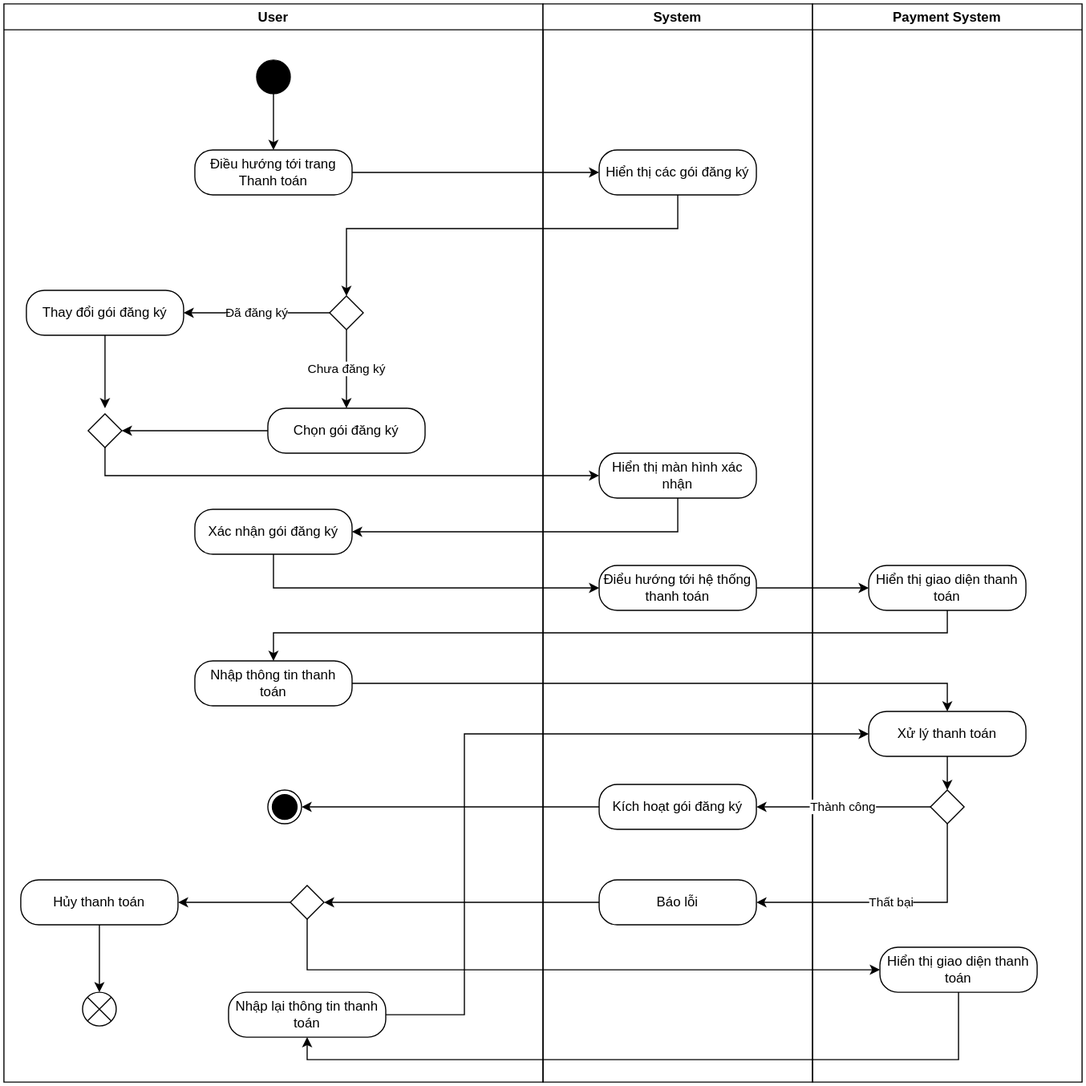
This is Dg_Activity/Activity Diagram-Subscription.drawio.svg from DavidNguyen2212/DACN-TN_Chatbot_for_Enterprise, a draw.io export, as it was before one commit. Source tidied: cells renumbered, new cells last; positions are measured from the earlier drawing's top-left corner, leaving out a move shared by most shapes.
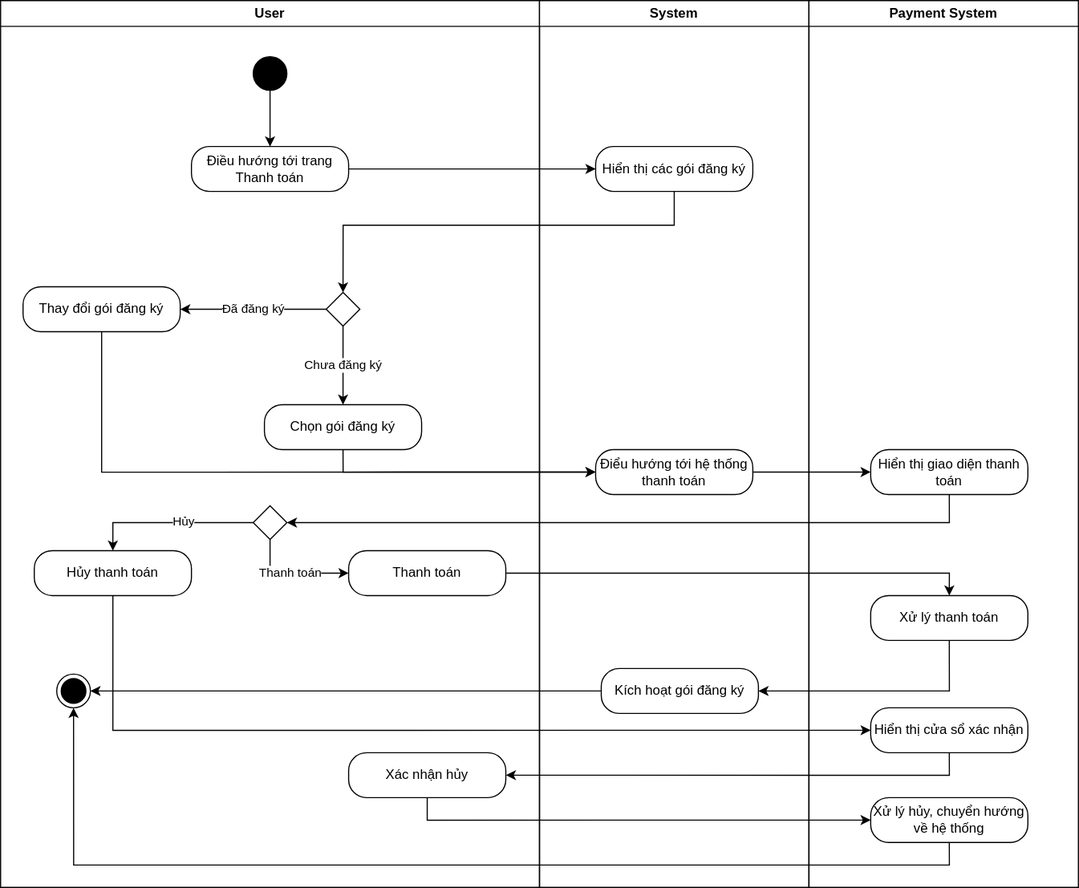
After the change.

Diff of the diagram source:
```diff
@@ -3,7 +3,7 @@
     <mxCell id="0" />
     <mxCell id="1" parent="0" />
     <mxCell id="2" value="User" style="swimlane;whiteSpace=wrap;html=1;" parent="1" vertex="1">
-      <mxGeometry width="480" height="960" as="geometry" />
+      <mxGeometry width="480" height="790" as="geometry" />
     </mxCell>
     <mxCell id="3" style="edgeStyle=orthogonalEdgeStyle;rounded=0;jettySize=auto;html=1;entryX=0.5;entryY=0;entryDx=0;entryDy=0;" parent="2" edge="1" source="4" target="5">
       <mxGeometry relative="1" as="geometry" />
@@ -23,65 +23,48 @@
     <mxCell id="8" style="rhombus;" parent="2" vertex="1">
       <mxGeometry x="290" y="260" width="30" height="30" as="geometry" />
     </mxCell>
-    <mxCell id="9" style="edgeStyle=orthogonalEdgeStyle;rounded=0;jettySize=auto;html=1;entryX=1;entryY=0.5;entryDx=0;entryDy=0;" parent="2" edge="1" source="10" target="20">
-      <mxGeometry relative="1" as="geometry" />
-    </mxCell>
     <mxCell id="10" value="Chọn gói đăng ký" style="rounded=1;whiteSpace=wrap;html=1;arcSize=40;" parent="2" vertex="1">
       <mxGeometry x="235" y="360" width="140" height="40" as="geometry" />
     </mxCell>
-    <mxCell id="11" style="edgeStyle=orthogonalEdgeStyle;rounded=0;jettySize=auto;html=1;" parent="2" edge="1" source="12">
-      <mxGeometry relative="1" as="geometry">
-        <mxPoint x="90" y="360" as="targetPoint" />
-      </mxGeometry>
-    </mxCell>
     <mxCell id="12" value="Thay đổi gói đăng ký" style="rounded=1;whiteSpace=wrap;html=1;arcSize=40;" parent="2" vertex="1">
       <mxGeometry x="20" y="255" width="140" height="40" as="geometry" />
     </mxCell>
-    <mxCell id="13" value="Xác nhận gói đăng ký" style="rounded=1;whiteSpace=wrap;html=1;arcSize=40;" parent="2" vertex="1">
-      <mxGeometry x="170" y="450" width="140" height="40" as="geometry" />
-    </mxCell>
-    <mxCell id="14" value="Nhập thông tin thanh toán" style="rounded=1;whiteSpace=wrap;html=1;arcSize=40;" parent="2" vertex="1">
-      <mxGeometry x="170" y="585" width="140" height="40" as="geometry" />
-    </mxCell>
-    <mxCell id="15" style="edgeStyle=orthogonalEdgeStyle;rounded=0;jettySize=auto;html=1;entryX=1;entryY=0.5;entryDx=0;entryDy=0;" parent="2" edge="1" source="16" target="18">
-      <mxGeometry relative="1" as="geometry" />
-    </mxCell>
-    <mxCell id="16" style="rhombus;" parent="2" vertex="1">
-      <mxGeometry x="255" y="785" width="30" height="30" as="geometry" />
-    </mxCell>
-    <mxCell id="17" style="edgeStyle=orthogonalEdgeStyle;rounded=0;jettySize=auto;html=1;" parent="2" edge="1" source="18" target="19">
-      <mxGeometry relative="1" as="geometry" />
-    </mxCell>
+    <mxCell id="50" style="ellipse;html=1;shape=endState;fillColor=strokeColor;" parent="2" vertex="1">
+      <mxGeometry x="50" y="600" width="30" height="30" as="geometry" />
+    </mxCell>
+    <mxCell id="51" style="edgeStyle=orthogonalEdgeStyle;rounded=0;jettySize=auto;html=1;exitX=0.5;exitY=1;exitDx=0;exitDy=0;entryX=0;entryY=0.5;entryDx=0;entryDy=0;" parent="2" edge="1" source="55" target="56">
+      <mxGeometry relative="1" as="geometry" />
+    </mxCell>
+    <mxCell id="52" value="Thanh toán" style="edgeLabel;html=1;align=center;verticalAlign=middle;" parent="51" vertex="1">
+      <mxGeometry x="-0.05" y="1" relative="1" as="geometry" />
+    </mxCell>
+    <mxCell id="53" style="edgeStyle=orthogonalEdgeStyle;rounded=0;jettySize=auto;html=1;exitX=0;exitY=0.5;exitDx=0;exitDy=0;entryX=0.5;entryY=0;entryDx=0;entryDy=0;" parent="2" edge="1" source="55" target="18">
+      <mxGeometry relative="1" as="geometry" />
+    </mxCell>
+    <mxCell id="54" value="Hủy" style="edgeLabel;html=1;align=center;verticalAlign=middle;" parent="53" vertex="1">
+      <mxGeometry x="-0.16" y="-2" relative="1" as="geometry" />
+    </mxCell>
+    <mxCell id="55" style="rhombus;" parent="2" vertex="1">
+      <mxGeometry x="225" y="450" width="30" height="30" as="geometry" />
+    </mxCell>
+    <mxCell id="56" value="Thanh toán" style="rounded=1;whiteSpace=wrap;html=1;arcSize=40;" parent="2" vertex="1">
+      <mxGeometry x="310" y="490" width="140" height="40" as="geometry" />
+    </mxCell>
     <mxCell id="18" value="Hủy thanh toán" style="rounded=1;whiteSpace=wrap;html=1;arcSize=40;" parent="2" vertex="1">
-      <mxGeometry x="15" y="780" width="140" height="40" as="geometry" />
+      <mxGeometry x="30" y="490" width="140" height="40" as="geometry" />
     </mxCell>
-    <mxCell id="19" style="shape=sumEllipse;perimeter=ellipsePerimeter;html=1;backgroundOutline=1;" parent="2" vertex="1">
-      <mxGeometry x="70" y="880" width="30" height="30" as="geometry" />
-    </mxCell>
-    <mxCell id="20" style="rhombus;" parent="2" vertex="1">
-      <mxGeometry x="75" y="365" width="30" height="30" as="geometry" />
-    </mxCell>
-    <mxCell id="21" style="ellipse;html=1;shape=endState;fillColor=strokeColor;" parent="2" vertex="1">
-      <mxGeometry x="235" y="700" width="30" height="30" as="geometry" />
-    </mxCell>
+    <mxCell id="57" value="Xác nhận hủy" style="rounded=1;whiteSpace=wrap;html=1;arcSize=40;" parent="2" vertex="1">
+      <mxGeometry x="310" y="670" width="140" height="40" as="geometry" />
+    </mxCell>
     <mxCell id="22" value="System" style="swimlane;whiteSpace=wrap;html=1;" parent="1" vertex="1">
-      <mxGeometry x="480" width="240" height="960" as="geometry" />
+      <mxGeometry x="480" width="240" height="790" as="geometry" />
     </mxCell>
     <mxCell id="23" value="Hiển thị các gói đăng ký" style="rounded=1;whiteSpace=wrap;html=1;arcSize=40;" parent="22" vertex="1">
       <mxGeometry x="50" y="130" width="140" height="40" as="geometry" />
     </mxCell>
-    <mxCell id="24" value="Hiển thị màn hình xác nhận" style="rounded=1;whiteSpace=wrap;html=1;arcSize=40;" parent="22" vertex="1">
-      <mxGeometry x="50" y="400" width="140" height="40" as="geometry" />
-    </mxCell>
     <mxCell id="25" value="Điểu hướng tới hệ thống thanh toán" style="rounded=1;whiteSpace=wrap;html=1;arcSize=40;" parent="22" vertex="1">
-      <mxGeometry x="50" y="500" width="140" height="40" as="geometry" />
+      <mxGeometry x="50" y="400" width="140" height="40" as="geometry" />
     </mxCell>
-    <mxCell id="26" value="Kích hoạt gói đăng ký" style="rounded=1;whiteSpace=wrap;html=1;arcSize=40;" parent="22" vertex="1">
-      <mxGeometry x="50" y="695" width="140" height="40" as="geometry" />
-    </mxCell>
-    <mxCell id="27" value="Báo lỗi" style="rounded=1;whiteSpace=wrap;html=1;arcSize=40;" parent="22" vertex="1">
-      <mxGeometry x="50" y="780" width="140" height="40" as="geometry" />
-    </mxCell>
     <mxCell id="28" style="edgeStyle=orthogonalEdgeStyle;rounded=0;jettySize=auto;html=1;entryX=0;entryY=0.5;entryDx=0;entryDy=0;" parent="1" edge="1" source="5" target="23">
       <mxGeometry relative="1" as="geometry" />
     </mxCell>
@@ -94,99 +77,65 @@
       </mxGeometry>
     </mxCell>
     <mxCell id="30" value="Payment System" style="swimlane;whiteSpace=wrap;html=1;" parent="1" vertex="1">
-      <mxGeometry x="720" width="240" height="960" as="geometry" />
+      <mxGeometry x="720" width="240" height="790" as="geometry" />
     </mxCell>
-    <mxCell id="31" value="Hiển thị giao diện thanh toán" style="rounded=1;whiteSpace=wrap;html=1;arcSize=40;" parent="30" vertex="1">
-      <mxGeometry x="50" y="500" width="140" height="40" as="geometry" />
-    </mxCell>
-    <mxCell id="32" style="edgeStyle=orthogonalEdgeStyle;rounded=0;jettySize=auto;html=1;entryX=0.5;entryY=0;entryDx=0;entryDy=0;" parent="30" edge="1" source="33" target="34">
-      <mxGeometry relative="1" as="geometry" />
-    </mxCell>
+    <mxCell id="26" value="Kích hoạt gói đăng ký" style="rounded=1;whiteSpace=wrap;html=1;arcSize=40;" parent="30" vertex="1">
+      <mxGeometry x="-185" y="595" width="140" height="40" as="geometry" />
+    </mxCell>
+    <mxCell id="58" value="Hiển thị giao diện thanh toán" style="rounded=1;whiteSpace=wrap;html=1;arcSize=40;" parent="30" vertex="1">
+      <mxGeometry x="55" y="400" width="140" height="40" as="geometry" />
+    </mxCell>
     <mxCell id="33" value="Xử lý thanh toán" style="rounded=1;whiteSpace=wrap;html=1;arcSize=40;" parent="30" vertex="1">
-      <mxGeometry x="50" y="630" width="140" height="40" as="geometry" />
+      <mxGeometry x="55" y="530" width="140" height="40" as="geometry" />
     </mxCell>
-    <mxCell id="34" style="rhombus;" parent="30" vertex="1">
-      <mxGeometry x="105" y="700" width="30" height="30" as="geometry" />
-    </mxCell>
-    <mxCell id="35" value="Nhập lại thông tin thanh toán" style="rounded=1;whiteSpace=wrap;html=1;arcSize=40;" parent="30" vertex="1">
-      <mxGeometry x="-520" y="880" width="140" height="40" as="geometry" />
-    </mxCell>
-    <mxCell id="36" style="edgeStyle=orthogonalEdgeStyle;rounded=0;jettySize=auto;html=1;entryX=0.5;entryY=1;entryDx=0;entryDy=0;" parent="30" edge="1" source="38" target="35">
-      <mxGeometry relative="1" as="geometry">
-        <Array as="points">
-          <mxPoint x="130" y="940" />
-          <mxPoint x="-450" y="940" />
-        </Array>
-      </mxGeometry>
-    </mxCell>
-    <mxCell id="37" style="edgeStyle=orthogonalEdgeStyle;rounded=0;jettySize=auto;html=1;entryX=0;entryY=0.5;entryDx=0;entryDy=0;" parent="30" edge="1" source="35" target="33">
-      <mxGeometry relative="1" as="geometry">
-        <Array as="points">
-          <mxPoint x="-310" y="900" />
-          <mxPoint x="-310" y="650" />
-        </Array>
-      </mxGeometry>
-    </mxCell>
-    <mxCell id="38" value="Hiển thị giao diện thanh toán" style="rounded=1;whiteSpace=wrap;html=1;arcSize=40;" parent="30" vertex="1">
-      <mxGeometry x="60" y="840" width="140" height="40" as="geometry" />
-    </mxCell>
-    <mxCell id="39" style="edgeStyle=orthogonalEdgeStyle;rounded=0;jettySize=auto;html=1;entryX=0;entryY=0.5;entryDx=0;entryDy=0;" parent="1" edge="1" source="20" target="24">
-      <mxGeometry relative="1" as="geometry">
-        <Array as="points">
-          <mxPoint x="90" y="420" />
-        </Array>
-      </mxGeometry>
-    </mxCell>
-    <mxCell id="40" style="edgeStyle=orthogonalEdgeStyle;rounded=0;jettySize=auto;html=1;entryX=1;entryY=0.5;entryDx=0;entryDy=0;" parent="1" edge="1" source="24" target="13">
-      <mxGeometry relative="1" as="geometry">
-        <Array as="points">
-          <mxPoint x="600" y="470" />
-        </Array>
-      </mxGeometry>
-    </mxCell>
-    <mxCell id="41" style="edgeStyle=orthogonalEdgeStyle;rounded=0;jettySize=auto;html=1;entryX=0;entryY=0.5;entryDx=0;entryDy=0;" parent="1" edge="1" source="13" target="25">
-      <mxGeometry relative="1" as="geometry">
-        <Array as="points">
-          <mxPoint x="240" y="520" />
-        </Array>
-      </mxGeometry>
-    </mxCell>
-    <mxCell id="42" style="edgeStyle=orthogonalEdgeStyle;rounded=0;jettySize=auto;html=1;entryX=0;entryY=0.5;entryDx=0;entryDy=0;" parent="1" edge="1" source="25" target="31">
-      <mxGeometry relative="1" as="geometry" />
-    </mxCell>
-    <mxCell id="43" style="edgeStyle=orthogonalEdgeStyle;rounded=0;jettySize=auto;html=1;entryX=0.5;entryY=0;entryDx=0;entryDy=0;" parent="1" edge="1" source="31" target="14">
-      <mxGeometry relative="1" as="geometry">
-        <Array as="points">
-          <mxPoint x="840" y="560" />
-          <mxPoint x="240" y="560" />
-        </Array>
-      </mxGeometry>
-    </mxCell>
-    <mxCell id="44" style="edgeStyle=orthogonalEdgeStyle;rounded=0;jettySize=auto;html=1;entryX=0.5;entryY=0;entryDx=0;entryDy=0;" parent="1" edge="1" source="14" target="33">
-      <mxGeometry relative="1" as="geometry" />
-    </mxCell>
-    <mxCell id="45" value="Thành công" style="edgeStyle=orthogonalEdgeStyle;rounded=0;jettySize=auto;html=1;entryX=1;entryY=0.5;entryDx=0;entryDy=0;" parent="1" edge="1" source="34" target="26">
-      <mxGeometry relative="1" as="geometry" />
-    </mxCell>
-    <mxCell id="46" value="Thất bại" style="edgeStyle=orthogonalEdgeStyle;rounded=0;jettySize=auto;html=1;entryX=1;entryY=0.5;entryDx=0;entryDy=0;" parent="1" edge="1" source="34" target="27">
-      <mxGeometry relative="1" as="geometry">
-        <Array as="points">
-          <mxPoint x="840" y="800" />
-        </Array>
-      </mxGeometry>
-    </mxCell>
-    <mxCell id="47" style="edgeStyle=orthogonalEdgeStyle;rounded=0;jettySize=auto;html=1;" parent="1" edge="1" source="27" target="16">
-      <mxGeometry relative="1" as="geometry" />
-    </mxCell>
-    <mxCell id="48" style="edgeStyle=orthogonalEdgeStyle;rounded=0;jettySize=auto;html=1;entryX=0;entryY=0.5;entryDx=0;entryDy=0;" parent="1" edge="1" source="16" target="38">
-      <mxGeometry relative="1" as="geometry">
-        <Array as="points">
-          <mxPoint x="270" y="860" />
-        </Array>
-      </mxGeometry>
-    </mxCell>
-    <mxCell id="49" style="edgeStyle=orthogonalEdgeStyle;rounded=0;jettySize=auto;html=1;entryX=1;entryY=0.5;entryDx=0;entryDy=0;" parent="1" edge="1" source="26" target="21">
-      <mxGeometry relative="1" as="geometry" />
-    </mxCell>
+    <mxCell id="59" style="edgeStyle=orthogonalEdgeStyle;rounded=0;jettySize=auto;html=1;entryX=1;entryY=0.5;entryDx=0;entryDy=0;exitX=0.5;exitY=1;exitDx=0;exitDy=0;" parent="30" edge="1" source="33" target="26">
+      <mxGeometry relative="1" as="geometry" />
+    </mxCell>
+    <mxCell id="60" value="Hiển thị cửa sổ xác nhận" style="rounded=1;whiteSpace=wrap;html=1;arcSize=40;" parent="30" vertex="1">
+      <mxGeometry x="55" y="630" width="140" height="40" as="geometry" />
+    </mxCell>
+    <mxCell id="61" value="Xử lý hủy, chuyển hướng về hệ thống" style="rounded=1;whiteSpace=wrap;html=1;arcSize=40;" parent="30" vertex="1">
+      <mxGeometry x="55" y="710" width="140" height="40" as="geometry" />
+    </mxCell>
+    <mxCell id="62" style="edgeStyle=orthogonalEdgeStyle;rounded=0;jettySize=auto;html=1;entryX=0;entryY=0.5;entryDx=0;entryDy=0;" parent="1" edge="1" source="25" target="58">
+      <mxGeometry relative="1" as="geometry" />
+    </mxCell>
+    <mxCell id="63" style="edgeStyle=orthogonalEdgeStyle;rounded=0;jettySize=auto;html=1;exitX=0.5;exitY=1;exitDx=0;exitDy=0;entryX=0;entryY=0.5;entryDx=0;entryDy=0;" parent="1" edge="1" source="10">
+      <mxGeometry relative="1" as="geometry">
+        <mxPoint x="530" y="420" as="targetPoint" />
+        <Array as="points">
+          <mxPoint x="305" y="420" />
+        </Array>
+      </mxGeometry>
+    </mxCell>
+    <mxCell id="64" style="edgeStyle=orthogonalEdgeStyle;rounded=0;jettySize=auto;html=1;entryX=0;entryY=0.5;entryDx=0;entryDy=0;" parent="1" edge="1" source="12">
+      <mxGeometry relative="1" as="geometry">
+        <mxPoint x="530" y="420" as="targetPoint" />
+        <Array as="points">
+          <mxPoint x="90" y="420" />
+        </Array>
+      </mxGeometry>
+    </mxCell>
+    <mxCell id="65" style="edgeStyle=orthogonalEdgeStyle;rounded=0;jettySize=auto;html=1;exitX=0.5;exitY=1;exitDx=0;exitDy=0;entryX=1;entryY=0.5;entryDx=0;entryDy=0;" parent="1" edge="1" source="58" target="55">
+      <mxGeometry relative="1" as="geometry" />
+    </mxCell>
+    <mxCell id="66" style="edgeStyle=orthogonalEdgeStyle;rounded=0;jettySize=auto;html=1;entryX=0.5;entryY=0;entryDx=0;entryDy=0;" parent="1" edge="1" source="56" target="33">
+      <mxGeometry relative="1" as="geometry" />
+    </mxCell>
+    <mxCell id="67" style="edgeStyle=orthogonalEdgeStyle;rounded=0;jettySize=auto;html=1;exitX=0.5;exitY=1;exitDx=0;exitDy=0;entryX=0;entryY=0.5;entryDx=0;entryDy=0;" parent="1" edge="1" source="18" target="60">
+      <mxGeometry relative="1" as="geometry" />
+    </mxCell>
+    <mxCell id="68" style="edgeStyle=orthogonalEdgeStyle;rounded=0;jettySize=auto;html=1;exitX=0.5;exitY=1;exitDx=0;exitDy=0;entryX=1;entryY=0.5;entryDx=0;entryDy=0;" parent="1" edge="1" source="60" target="57">
+      <mxGeometry relative="1" as="geometry" />
+    </mxCell>
+    <mxCell id="69" style="edgeStyle=orthogonalEdgeStyle;rounded=0;jettySize=auto;html=1;exitX=0.5;exitY=1;exitDx=0;exitDy=0;entryX=0;entryY=0.5;entryDx=0;entryDy=0;" parent="1" edge="1" source="57" target="61">
+      <mxGeometry relative="1" as="geometry" />
+    </mxCell>
+    <mxCell id="70" style="edgeStyle=orthogonalEdgeStyle;rounded=0;jettySize=auto;html=1;exitX=0.5;exitY=1;exitDx=0;exitDy=0;entryX=0.5;entryY=1;entryDx=0;entryDy=0;" parent="1" edge="1" source="61" target="50">
+      <mxGeometry relative="1" as="geometry" />
+    </mxCell>
+    <mxCell id="71" style="edgeStyle=orthogonalEdgeStyle;rounded=0;jettySize=auto;html=1;entryX=1;entryY=0.5;entryDx=0;entryDy=0;" parent="1" edge="1" source="26" target="50">
+      <mxGeometry relative="1" as="geometry" />
+    </mxCell>
   </root>
 </mxGraphModel>
```
